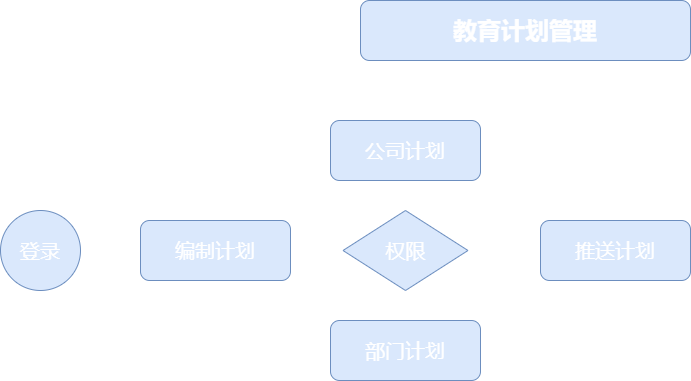
Earlier version of the draw.io export Untitled Diagram.drawio.png (lenonjone/Toolkits). Source tidied: cells renumbered, new cells last; positions are measured from the earlier drawing's top-left corner, leaving out a move shared by most shapes. The source it was exported from:
```xml
<mxGraphModel background="#ffffff">
  <root>
    <mxCell id="0" />
    <mxCell id="1" parent="0" />
    <mxCell id="2" value="教育计划管理" style="rounded=1;whiteSpace=wrap;html=1;fillColor=#dae8fc;strokeColor=#6c8ebf;fontColor=#FFFFFF;fontStyle=1;fontSize=24;" parent="1" vertex="1">
      <mxGeometry x="360" width="330" height="60" as="geometry" />
    </mxCell>
    <mxCell id="3" value="编制计划" style="rounded=1;whiteSpace=wrap;html=1;fillColor=#dae8fc;strokeColor=#6c8ebf;fontColor=#FFFFFF;fontStyle=0;fontSize=20;" parent="1" vertex="1">
      <mxGeometry x="140" y="220" width="150" height="60" as="geometry" />
    </mxCell>
    <mxCell id="4" value="登录" style="ellipse;whiteSpace=wrap;html=1;fontSize=20;fillColor=#dae8fc;strokeColor=#6c8ebf;fontColor=#FFFFFF;" parent="1" vertex="1">
      <mxGeometry y="210" width="80" height="80" as="geometry" />
    </mxCell>
    <mxCell id="5" value="推送计划" style="rounded=1;whiteSpace=wrap;html=1;fillColor=#dae8fc;strokeColor=#6c8ebf;fontColor=#FFFFFF;fontStyle=0;fontSize=20;" parent="1" vertex="1">
      <mxGeometry x="540" y="220" width="150" height="60" as="geometry" />
    </mxCell>
    <mxCell id="6" value="公司计划" style="rounded=1;whiteSpace=wrap;html=1;fillColor=#dae8fc;strokeColor=#6c8ebf;fontColor=#FFFFFF;fontStyle=0;fontSize=20;" parent="1" vertex="1">
      <mxGeometry x="330" y="120" width="150" height="60" as="geometry" />
    </mxCell>
    <mxCell id="7" value="部门计划" style="rounded=1;whiteSpace=wrap;html=1;fillColor=#dae8fc;strokeColor=#6c8ebf;fontColor=#FFFFFF;fontStyle=0;fontSize=20;" parent="1" vertex="1">
      <mxGeometry x="330" y="320" width="150" height="60" as="geometry" />
    </mxCell>
    <mxCell id="8" value="权限" style="rhombus;whiteSpace=wrap;html=1;fontSize=20;fillColor=#dae8fc;strokeColor=#6c8ebf;fontColor=#FFFFFF;" parent="1" vertex="1">
      <mxGeometry x="342.5" y="210" width="125" height="80" as="geometry" />
    </mxCell>
  </root>
</mxGraphModel>
```
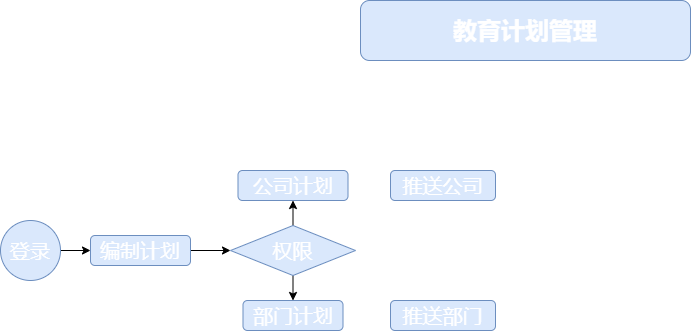
The same diagram one commit later.

Change to the diagram source:
```diff
@@ -5,23 +5,38 @@
     <mxCell id="2" value="教育计划管理" style="rounded=1;whiteSpace=wrap;html=1;fillColor=#dae8fc;strokeColor=#6c8ebf;fontColor=#FFFFFF;fontStyle=1;fontSize=24;" parent="1" vertex="1">
       <mxGeometry x="360" width="330" height="60" as="geometry" />
     </mxCell>
+    <mxCell id="9" style="edgeStyle=orthogonalEdgeStyle;rounded=0;jettySize=auto;html=1;fontSize=20;fontColor=#FFFFFF;" parent="1" edge="1" source="3" target="8">
+      <mxGeometry relative="1" as="geometry" />
+    </mxCell>
     <mxCell id="3" value="编制计划" style="rounded=1;whiteSpace=wrap;html=1;fillColor=#dae8fc;strokeColor=#6c8ebf;fontColor=#FFFFFF;fontStyle=0;fontSize=20;" parent="1" vertex="1">
-      <mxGeometry x="140" y="220" width="150" height="60" as="geometry" />
+      <mxGeometry x="90" y="235" width="100" height="30" as="geometry" />
     </mxCell>
+    <mxCell id="10" style="edgeStyle=orthogonalEdgeStyle;rounded=0;jettySize=auto;html=1;exitX=1;exitY=0.5;exitDx=0;exitDy=0;fontSize=20;fontColor=#FFFFFF;" parent="1" edge="1" source="4" target="3">
+      <mxGeometry relative="1" as="geometry" />
+    </mxCell>
     <mxCell id="4" value="登录" style="ellipse;whiteSpace=wrap;html=1;fontSize=20;fillColor=#dae8fc;strokeColor=#6c8ebf;fontColor=#FFFFFF;" parent="1" vertex="1">
-      <mxGeometry y="210" width="80" height="80" as="geometry" />
+      <mxGeometry y="220" width="60" height="60" as="geometry" />
     </mxCell>
-    <mxCell id="5" value="推送计划" style="rounded=1;whiteSpace=wrap;html=1;fillColor=#dae8fc;strokeColor=#6c8ebf;fontColor=#FFFFFF;fontStyle=0;fontSize=20;" parent="1" vertex="1">
-      <mxGeometry x="540" y="220" width="150" height="60" as="geometry" />
+    <mxCell id="5" value="推送公司" style="rounded=1;whiteSpace=wrap;html=1;fillColor=#dae8fc;strokeColor=#6c8ebf;fontColor=#FFFFFF;fontStyle=0;fontSize=20;" parent="1" vertex="1">
+      <mxGeometry x="390" y="170" width="105" height="30" as="geometry" />
     </mxCell>
     <mxCell id="6" value="公司计划" style="rounded=1;whiteSpace=wrap;html=1;fillColor=#dae8fc;strokeColor=#6c8ebf;fontColor=#FFFFFF;fontStyle=0;fontSize=20;" parent="1" vertex="1">
-      <mxGeometry x="330" y="120" width="150" height="60" as="geometry" />
+      <mxGeometry x="237.5" y="170" width="110" height="30" as="geometry" />
     </mxCell>
     <mxCell id="7" value="部门计划" style="rounded=1;whiteSpace=wrap;html=1;fillColor=#dae8fc;strokeColor=#6c8ebf;fontColor=#FFFFFF;fontStyle=0;fontSize=20;" parent="1" vertex="1">
-      <mxGeometry x="330" y="320" width="150" height="60" as="geometry" />
+      <mxGeometry x="242.5" y="300" width="100" height="30" as="geometry" />
     </mxCell>
+    <mxCell id="11" style="edgeStyle=orthogonalEdgeStyle;rounded=0;jettySize=auto;html=1;exitX=0.5;exitY=1;exitDx=0;exitDy=0;entryX=0.5;entryY=0;entryDx=0;entryDy=0;fontSize=20;fontColor=#FFFFFF;" parent="1" edge="1" source="8" target="7">
+      <mxGeometry relative="1" as="geometry" />
+    </mxCell>
+    <mxCell id="12" style="edgeStyle=orthogonalEdgeStyle;rounded=0;jettySize=auto;html=1;exitX=0.5;exitY=0;exitDx=0;exitDy=0;entryX=0.5;entryY=1;entryDx=0;entryDy=0;fontSize=20;fontColor=#FFFFFF;" parent="1" edge="1" source="8" target="6">
+      <mxGeometry relative="1" as="geometry" />
+    </mxCell>
     <mxCell id="8" value="权限" style="rhombus;whiteSpace=wrap;html=1;fontSize=20;fillColor=#dae8fc;strokeColor=#6c8ebf;fontColor=#FFFFFF;" parent="1" vertex="1">
-      <mxGeometry x="342.5" y="210" width="125" height="80" as="geometry" />
+      <mxGeometry x="230" y="225" width="125" height="50" as="geometry" />
     </mxCell>
+    <mxCell id="13" value="推送部门" style="rounded=1;whiteSpace=wrap;html=1;fillColor=#dae8fc;strokeColor=#6c8ebf;fontColor=#FFFFFF;fontStyle=0;fontSize=20;" parent="1" vertex="1">
+      <mxGeometry x="390" y="300" width="105" height="30" as="geometry" />
+    </mxCell>
   </root>
 </mxGraphModel>
```
